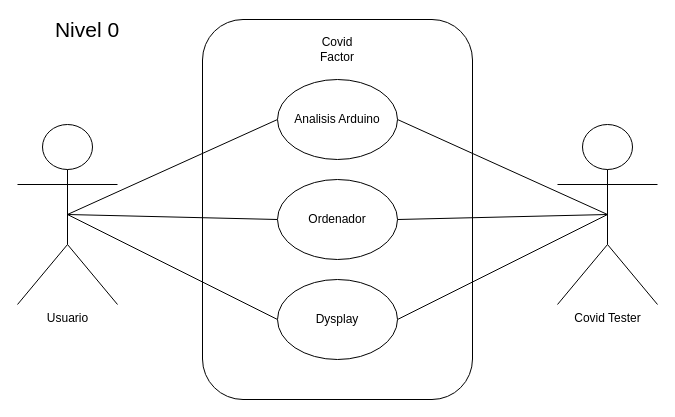
The draw.io diagram Casos de Uso nivel 0.drawio in DemiurgeApeiron/Equipo_no_6_RetoIot, before the edit. Source tidied: cells renumbered, new cells numbered last; positions are measured from the earlier drawing's top-left corner, leaving out a move shared by most shapes. Both pictures are drawn from the tidied source at 100%, with x=0, y=0 at pixel (17, 19).
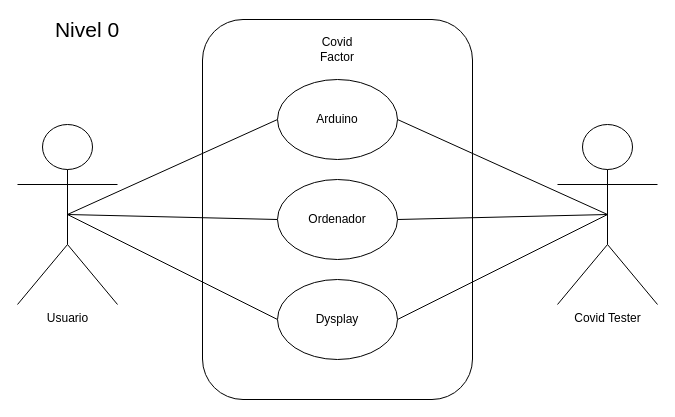
The same page after the edit.

What changed in the source:
```diff
@@
 <mxGraphModel background="#ffffff">
   <root>
     <mxCell id="0" />
     <mxCell id="1" parent="0" />
     <mxCell id="2" style="rounded=1;whiteSpace=wrap;html=1;rotation=90;" parent="1" vertex="1">
       <mxGeometry x="130" y="55" width="380" height="270" as="geometry" />
     </mxCell>
     <mxCell id="3" style="rounded=0;jettySize=auto;html=1;exitX=0.5;exitY=0.5;exitDx=0;exitDy=0;exitPerimeter=0;entryX=0;entryY=0.5;entryDx=0;entryDy=0;endArrow=none;endFill=0;" parent="1" edge="1" source="6" target="13">
       <mxGeometry relative="1" as="geometry" />
     </mxCell>
     <mxCell id="4" style="edgeStyle=none;rounded=0;jettySize=auto;html=1;exitX=0.5;exitY=0.5;exitDx=0;exitDy=0;exitPerimeter=0;entryX=0;entryY=0.5;entryDx=0;entryDy=0;endArrow=none;endFill=0;" parent="1" edge="1" source="6" target="14">
       <mxGeometry relative="1" as="geometry" />
     </mxCell>
     <mxCell id="5" style="edgeStyle=none;rounded=0;jettySize=auto;html=1;exitX=0.5;exitY=0.5;exitDx=0;exitDy=0;exitPerimeter=0;entryX=0;entryY=0.5;entryDx=0;entryDy=0;endArrow=none;endFill=0;" parent="1" edge="1" source="6" target="15">
       <mxGeometry relative="1" as="geometry" />
     </mxCell>
     <mxCell id="6" value="Usuario" style="shape=umlActor;verticalLabelPosition=bottom;verticalAlign=top;html=1;outlineConnect=0;" parent="1" vertex="1">
       <mxGeometry y="105" width="100" height="180" as="geometry" />
     </mxCell>
     <mxCell id="7" style="edgeStyle=none;rounded=0;jettySize=auto;html=1;exitX=0.5;exitY=0.5;exitDx=0;exitDy=0;exitPerimeter=0;entryX=1;entryY=0.5;entryDx=0;entryDy=0;endArrow=none;endFill=0;" parent="1" edge="1" source="10" target="13">
       <mxGeometry relative="1" as="geometry" />
     </mxCell>
     <mxCell id="8" style="edgeStyle=none;rounded=0;jettySize=auto;html=1;exitX=0.5;exitY=0.5;exitDx=0;exitDy=0;exitPerimeter=0;entryX=1;entryY=0.5;entryDx=0;entryDy=0;endArrow=none;endFill=0;" parent="1" edge="1" source="10" target="14">
       <mxGeometry relative="1" as="geometry" />
     </mxCell>
     <mxCell id="9" style="edgeStyle=none;rounded=0;jettySize=auto;html=1;exitX=0.5;exitY=0.5;exitDx=0;exitDy=0;exitPerimeter=0;entryX=1;entryY=0.5;entryDx=0;entryDy=0;endArrow=none;endFill=0;" parent="1" edge="1" source="10" target="15">
       <mxGeometry relative="1" as="geometry" />
     </mxCell>
     <mxCell id="10" value="Covid Tester" style="shape=umlActor;verticalLabelPosition=bottom;verticalAlign=top;html=1;outlineConnect=0;" parent="1" vertex="1">
       <mxGeometry x="540" y="105" width="100" height="180" as="geometry" />
     </mxCell>
     <mxCell id="11" value="&lt;font style=&quot;font-size: 21px&quot;&gt;Nivel 0&lt;br&gt;&lt;/font&gt;" style="text;html=1;strokeColor=none;fillColor=none;align=center;verticalAlign=middle;whiteSpace=wrap;rounded=0;" parent="1" vertex="1">
       <mxGeometry x="20" width="100" height="20" as="geometry" />
     </mxCell>
     <mxCell id="12" value="Covid Factor" style="text;html=1;strokeColor=none;fillColor=none;align=center;verticalAlign=middle;whiteSpace=wrap;rounded=0;" parent="1" vertex="1">
       <mxGeometry x="285" y="20" width="70" height="20" as="geometry" />
     </mxCell>
-    <mxCell id="13" value="Analisis Arduino" style="ellipse;whiteSpace=wrap;html=1;" parent="1" vertex="1">
+    <mxCell id="13" value="Arduino" style="ellipse;whiteSpace=wrap;html=1;" parent="1" vertex="1">
       <mxGeometry x="260" y="60" width="120" height="80" as="geometry" />
     </mxCell>
     <mxCell id="14" value="Ordenador" style="ellipse;whiteSpace=wrap;html=1;" parent="1" vertex="1">
       <mxGeometry x="260" y="160" width="120" height="80" as="geometry" />
     </mxCell>
     <mxCell id="15" value="Dysplay" style="ellipse;whiteSpace=wrap;html=1;" parent="1" vertex="1">
       <mxGeometry x="260" y="260" width="120" height="80" as="geometry" />
     </mxCell>
   </root>
 </mxGraphModel>
```
